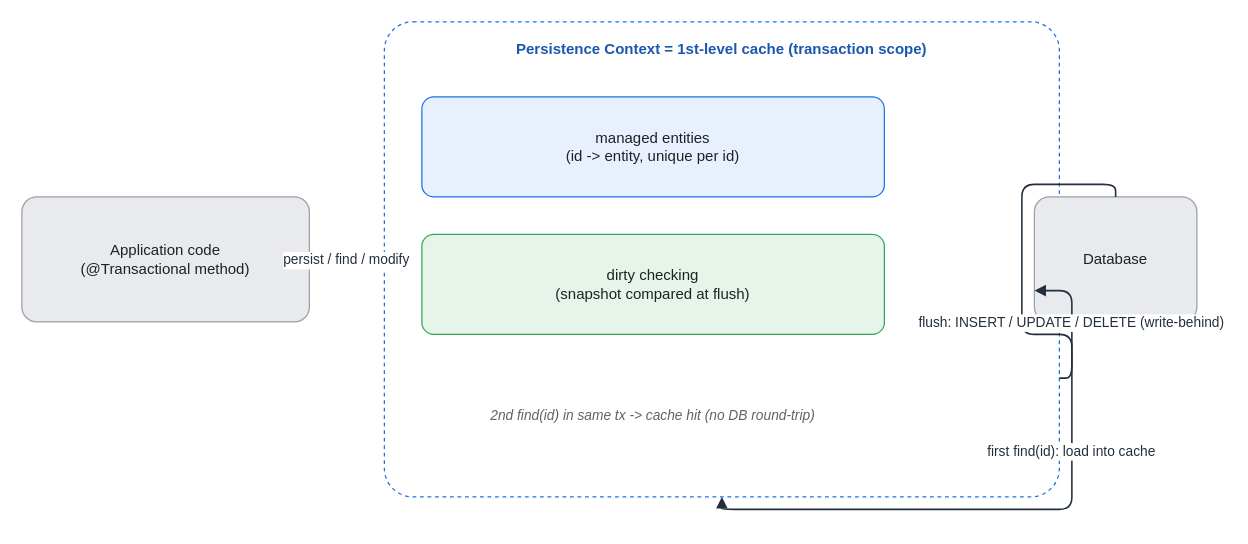
KKamJi98/kkamji98.github.io keeps this draw.io diagram as assets/img/spring/spring-15-persistence-context.drawio. Above is the earlier version. Source tidied: cells renumbered, new cells numbered last; positions are measured from the earlier drawing's top-left corner, leaving out a move shared by most shapes. Both pictures are drawn from the tidied source at 125%, with x=0, y=0 at pixel (21, 21).
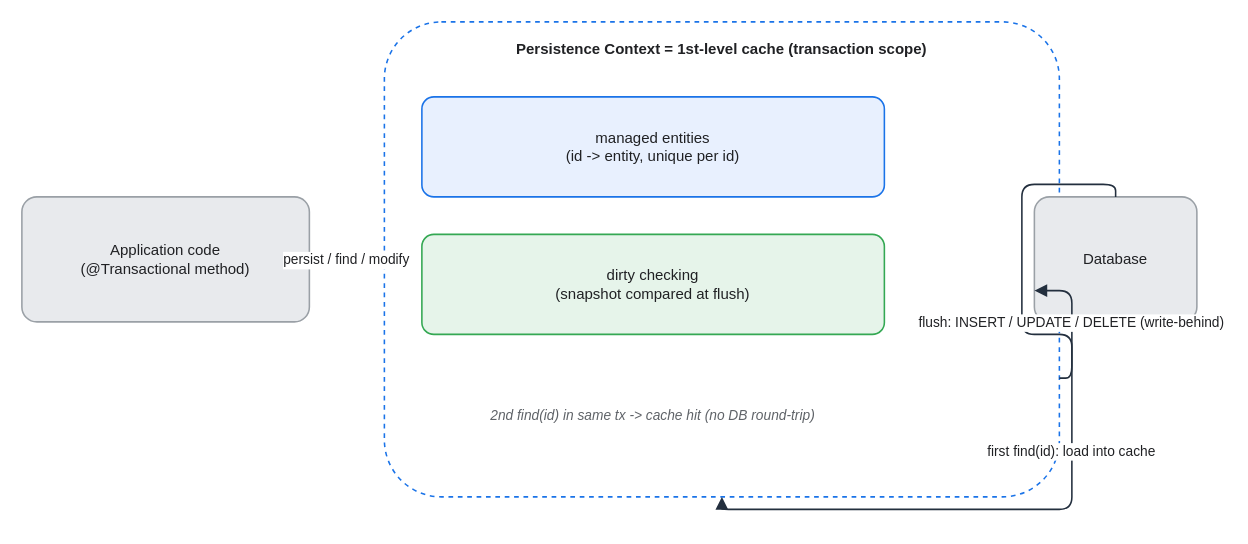
The same page after the edit.

What changed in the source:
```diff
@@
 <mxGraphModel background="#FFFFFF">
   <root>
     <mxCell id="0" />
     <mxCell id="1" parent="0" />
-    <mxCell id="2" value="Application code&#10;(@Transactional method)" style="rounded=1;whiteSpace=wrap;html=0;arcSize=12;shadow=0;fillColor=#E8EAED;strokeColor=#9AA0A6;fontColor=#202124;" parent="1" vertex="1">
+    <mxCell id="2" value="Application code&#10;(@Transactional method)" style="rounded=1;whiteSpace=wrap;html=0;arcSize=12;shadow=0;fillColor=#E8EAED;strokeColor=#9AA0A6;fontColor=#202124;strokeWidth=1.25;" parent="1" vertex="1">
       <mxGeometry y="140" width="230" height="100" as="geometry" />
     </mxCell>
-    <mxCell id="3" value="Persistence Context = 1st-level cache (transaction scope)" style="rounded=1;whiteSpace=wrap;html=0;arcSize=6;shadow=0;fillColor=#FFFFFF;strokeColor=#1A73E8;fontColor=#1A57B0;fontStyle=1;verticalAlign=top;align=center;dashed=1;spacingTop=8;" parent="1" vertex="1">
+    <mxCell id="3" value="Persistence Context = 1st-level cache (transaction scope)" style="rounded=1;whiteSpace=wrap;html=0;arcSize=12;shadow=0;fillColor=#FFFFFF;strokeColor=#1A73E8;fontColor=#202124;fontStyle=1;verticalAlign=top;align=center;dashed=1;spacingTop=8;strokeWidth=1.25;" parent="1" vertex="1">
       <mxGeometry x="290" width="540" height="380" as="geometry" />
     </mxCell>
-    <mxCell id="4" value="managed entities&#10;(id -&gt; entity, unique per id)" style="rounded=1;whiteSpace=wrap;html=0;arcSize=12;shadow=0;fillColor=#E8F0FE;strokeColor=#1A73E8;fontColor=#202124;" parent="1" vertex="1">
+    <mxCell id="4" value="managed entities&#10;(id -&gt; entity, unique per id)" style="rounded=1;whiteSpace=wrap;html=0;arcSize=12;shadow=0;fillColor=#E8F0FE;strokeColor=#1A73E8;fontColor=#202124;strokeWidth=1.25;" parent="1" vertex="1">
       <mxGeometry x="320" y="60" width="370" height="80" as="geometry" />
     </mxCell>
-    <mxCell id="5" value="dirty checking&#10;(snapshot compared at flush)" style="rounded=1;whiteSpace=wrap;html=0;arcSize=12;shadow=0;fillColor=#E6F4EA;strokeColor=#34A853;fontColor=#202124;" parent="1" vertex="1">
+    <mxCell id="5" value="dirty checking&#10;(snapshot compared at flush)" style="rounded=1;whiteSpace=wrap;html=0;arcSize=12;shadow=0;fillColor=#E6F4EA;strokeColor=#34A853;fontColor=#202124;strokeWidth=1.25;" parent="1" vertex="1">
       <mxGeometry x="320" y="170" width="370" height="80" as="geometry" />
     </mxCell>
     <mxCell id="6" value="2nd find(id) in same tx -&gt; cache hit (no DB round-trip)" style="text;html=0;align=center;verticalAlign=middle;whiteSpace=wrap;fontSize=11;fontColor=#5F6368;fontStyle=2;" parent="1" vertex="1">
       <mxGeometry x="320" y="290" width="370" height="50" as="geometry" />
     </mxCell>
-    <mxCell id="7" value="Database" style="rounded=1;whiteSpace=wrap;html=0;arcSize=12;shadow=0;fillColor=#E8EAED;strokeColor=#9AA0A6;fontColor=#202124;" parent="1" vertex="1">
+    <mxCell id="7" value="Database" style="rounded=1;whiteSpace=wrap;html=0;arcSize=12;shadow=0;fillColor=#E8EAED;strokeColor=#9AA0A6;fontColor=#202124;strokeWidth=1.25;" parent="1" vertex="1">
       <mxGeometry x="810" y="140" width="130" height="100" as="geometry" />
     </mxCell>
-    <mxCell id="8" value="persist / find / modify" style="edgeStyle=orthogonalEdgeStyle;rounded=1;html=0;endArrow=block;strokeColor=#232F3E;fontColor=#232F3E;labelBackgroundColor=#FFFFFF;strokeWidth=1.25;" parent="1" edge="1" source="2" target="3">
+    <mxCell id="8" value="persist / find / modify" style="edgeStyle=orthogonalEdgeStyle;rounded=1;html=0;endArrow=block;strokeColor=#232F3E;fontColor=#202124;labelBackgroundColor=#FFFFFF;strokeWidth=1.25;endSize=7;" parent="1" edge="1" source="2" target="3">
       <mxGeometry relative="1" as="geometry" />
     </mxCell>
-    <mxCell id="9" value="first find(id): load into cache" style="edgeStyle=orthogonalEdgeStyle;rounded=1;html=0;endArrow=block;strokeColor=#232F3E;fontColor=#232F3E;labelBackgroundColor=#FFFFFF;strokeWidth=1.25;" parent="1" edge="1" source="7" target="3">
+    <mxCell id="9" value="first find(id): load into cache" style="edgeStyle=orthogonalEdgeStyle;rounded=1;html=0;endArrow=block;strokeColor=#232F3E;fontColor=#202124;labelBackgroundColor=#FFFFFF;strokeWidth=1.25;endSize=7;" parent="1" edge="1" source="7" target="3">
       <mxGeometry relative="1" as="geometry" />
     </mxCell>
-    <mxCell id="10" value="flush: INSERT / UPDATE / DELETE (write-behind)" style="edgeStyle=orthogonalEdgeStyle;rounded=1;html=0;endArrow=block;strokeColor=#232F3E;fontColor=#232F3E;labelBackgroundColor=#FFFFFF;exitX=1;exitY=0.75;exitDx=0;exitDy=0;entryX=0;entryY=0.75;entryDx=0;entryDy=0;strokeWidth=1.25;" parent="1" edge="1" source="3" target="7">
+    <mxCell id="10" value="flush: INSERT / UPDATE / DELETE (write-behind)" style="edgeStyle=orthogonalEdgeStyle;rounded=1;html=0;endArrow=block;strokeColor=#232F3E;fontColor=#202124;labelBackgroundColor=#FFFFFF;exitX=1;exitY=0.75;exitDx=0;exitDy=0;entryX=0;entryY=0.75;entryDx=0;entryDy=0;strokeWidth=1.25;endSize=7;" parent="1" edge="1" source="3" target="7">
       <mxGeometry relative="1" as="geometry" />
     </mxCell>
   </root>
 </mxGraphModel>
```
